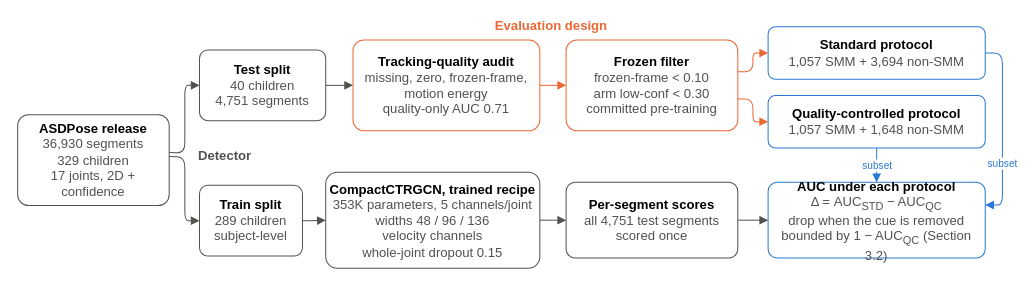
Above: results/diagrams/safe_smm_pipeline.drawio in skrpandey/asdpose-smm-detection (draw.io), before the change. Source tidied: cells renumbered, new cells numbered last; positions are measured from the earlier drawing's top-left corner, leaving out a move shared by most shapes. Both pictures are drawn from the tidied source at 101%, with x=0, y=0 at pixel (17, 17).
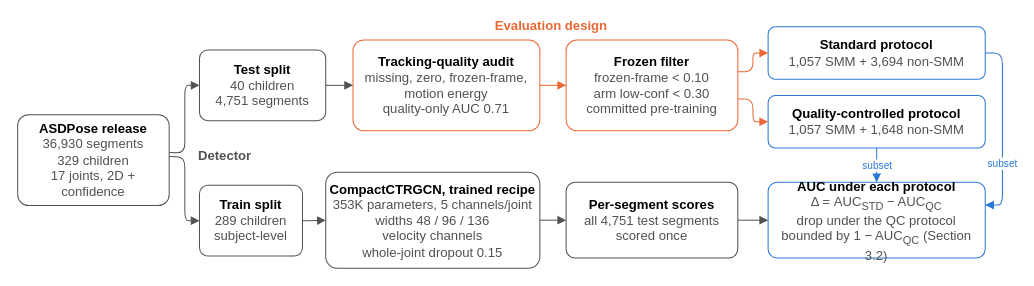
The same diagram, later.

Commit message:
Pipeline diagram: name the drop under the QC protocol

What changed in the source:
```diff
@@
-    <mxCell id="13" value="&lt;b&gt;AUC under each protocol&lt;/b&gt;&lt;br&gt;&lt;font color=&quot;#52514e&quot;&gt;Δ = AUC&lt;sub&gt;STD&lt;/sub&gt; − AUC&lt;sub&gt;QC&lt;/sub&gt;&lt;br&gt;drop when the cue is removed&lt;br&gt;bounded by 1 − AUC&lt;sub&gt;QC&lt;/sub&gt; (Section 3.2)&lt;/font&gt;" style="rounded=1;arcSize=12;whiteSpace=wrap;html=1;fillColor=#ffffff;strokeColor=#2a78d6;fontSize=13;spacing=4;" parent="1" vertex="1">
+    <mxCell id="13" value="&lt;b&gt;AUC under each protocol&lt;/b&gt;&lt;br&gt;&lt;font color=&quot;#52514e&quot;&gt;Δ = AUC&lt;sub&gt;STD&lt;/sub&gt; − AUC&lt;sub&gt;QC&lt;/sub&gt;&lt;br&gt;drop under the QC protocol&lt;br&gt;bounded by 1 − AUC&lt;sub&gt;QC&lt;/sub&gt; (Section 3.2)&lt;/font&gt;" style="rounded=1;arcSize=12;whiteSpace=wrap;html=1;fillColor=#ffffff;strokeColor=#2a78d6;fontSize=13;spacing=4;" parent="1" vertex="1">
       <mxGeometry x="743" y="163" width="215" height="75" as="geometry" />
     </mxCell>
```
